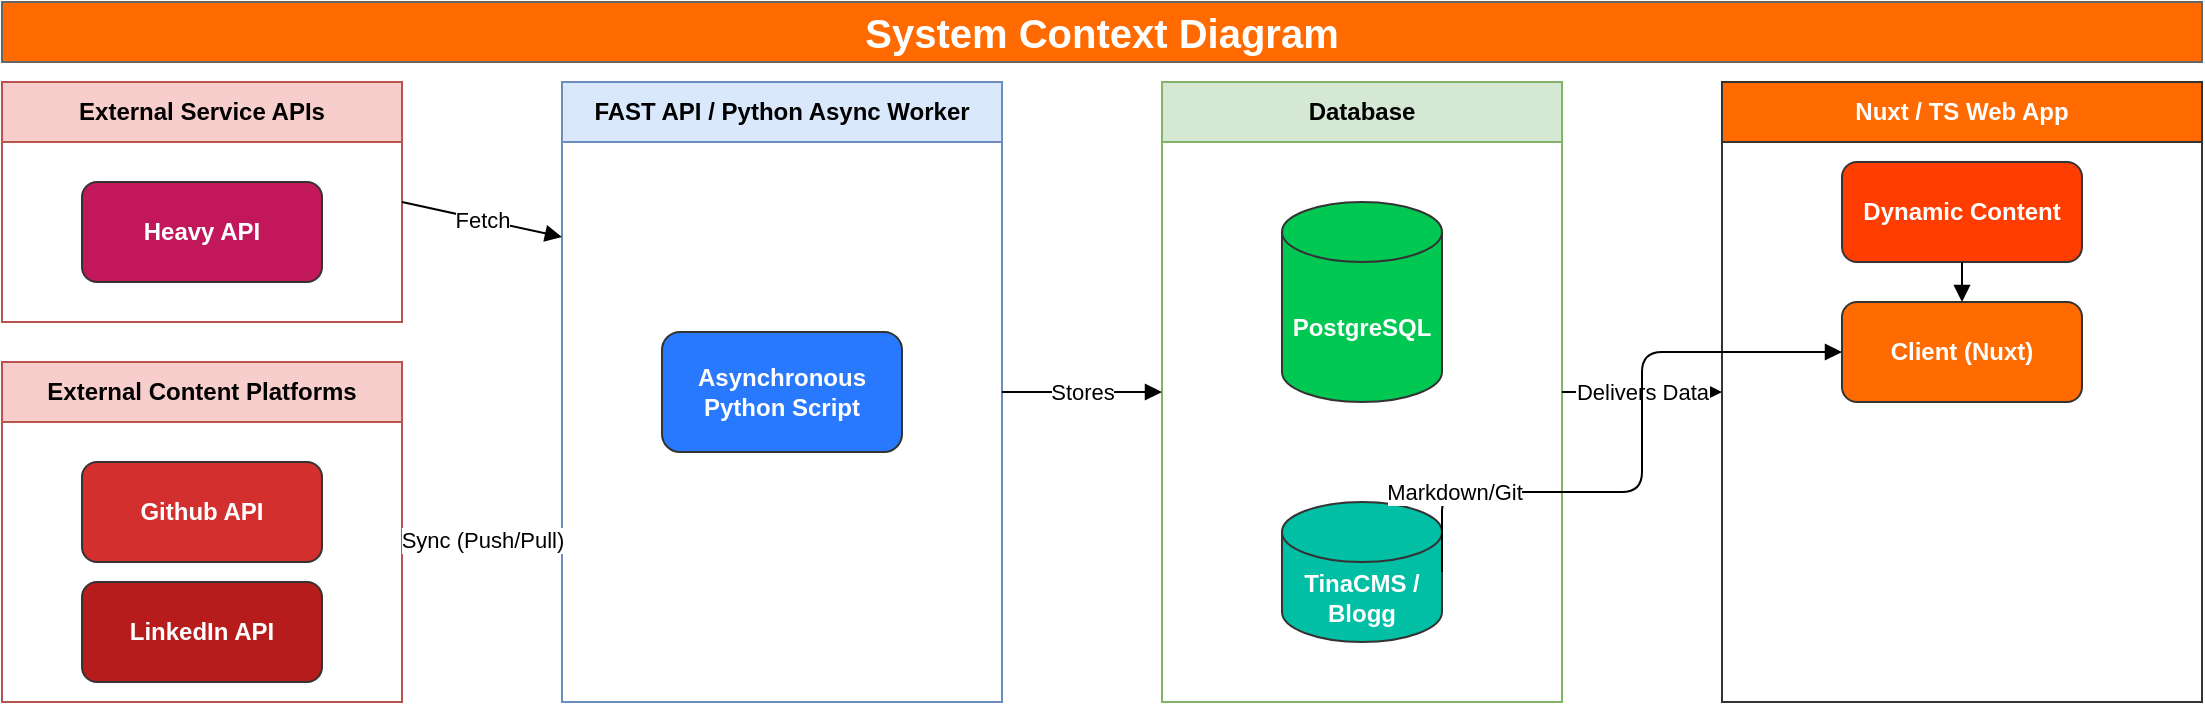
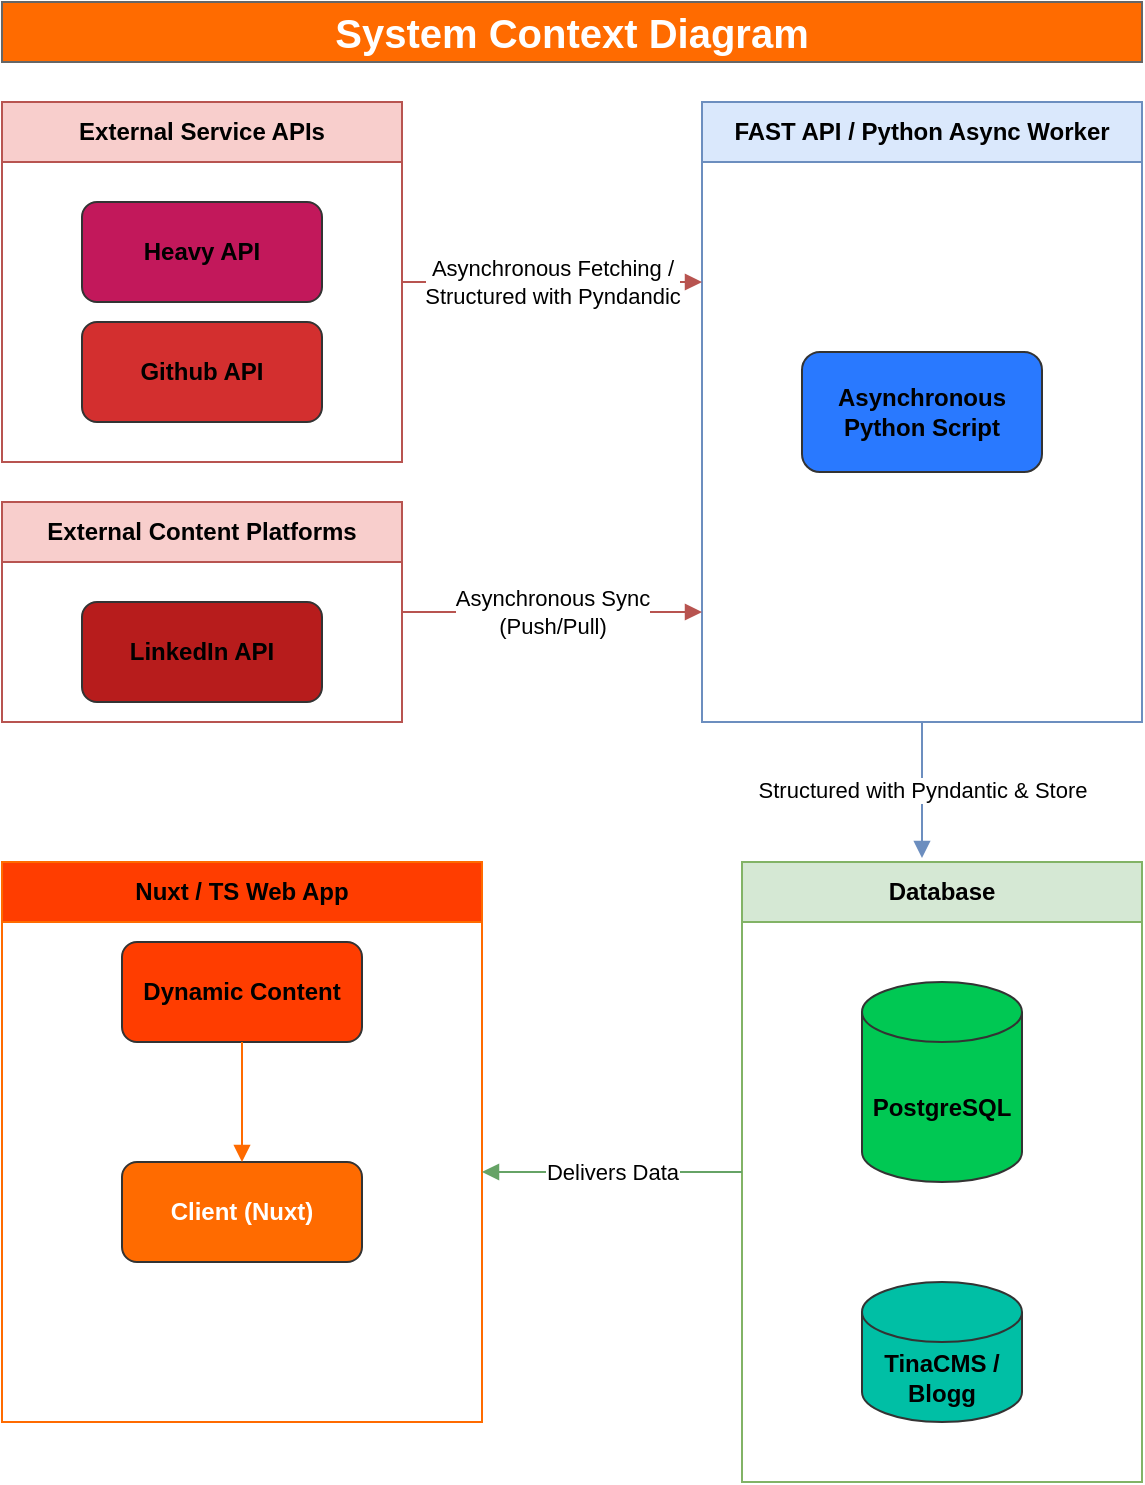
- <?xml version="1.0" encoding="UTF-8"?>
- <mxfile host="app.diagrams.net" modified="2026-05-16T15:20:00.000Z" agent="Gemini CLI" version="14.7.6">
-   <diagram id="context-diagram" name="System Context Diagram">
-     <mxGraphModel dx="1422" dy="762" grid="1" gridSize="10" guides="1" tooltips="1" connect="1" arrows="1" fold="1" page="1" pageScale="1" pageWidth="1169" pageHeight="827" math="0" shadow="0">
-       <root>
-         <mxCell id="context-title" value="System Context Diagram" style="text;html=1;strokeColor=#666666;fillColor=#FF6B00;fontColor=#ffffff;align=center;verticalAlign=middle;whiteSpace=wrap;rounded=0;fontSize=20;fontStyle=1;" parent="1" vertex="1">
-           <mxGeometry x="40" y="0" width="1100" height="30" as="geometry"/>
-         </mxCell>
-         <mxCell id="0" />
-         <mxCell id="1" parent="0" />
- 
-         <!-- Subgraph: External Service APIs (Light Red Theme) -->
-         <mxCell id="group-ext-service" value="External Service APIs" style="swimlane;whiteSpace=wrap;html=1;fillColor=#f8cecc;strokeColor=#b85450;startSize=30;fontStyle=1;" vertex="1" parent="1">
-           <mxGeometry x="40" y="40" width="200" height="120" as="geometry" />
-         </mxCell>
-         <!-- Adjacent: Rose (#C2185B) -->
-         <mxCell id="node-heavy" value="Heavy API" style="rounded=1;whiteSpace=wrap;html=1;fillColor=#C2185B;fontColor=#ffffff;strokeColor=#333333;fontStyle=1" vertex="1" parent="group-ext-service">
-           <mxGeometry x="40" y="50" width="120" height="50" as="geometry" />
-         </mxCell>
- 
-         <!-- Subgraph: External Content Platforms (Push/Pull) (Deep Red Theme) -->
-         <mxCell id="group-ext-content" value="External Content Platforms" style="swimlane;whiteSpace=wrap;html=1;fillColor=#f8cecc;strokeColor=#b85450;startSize=30;fontStyle=1;" vertex="1" parent="1">
-           <mxGeometry x="40" y="180" width="200" height="170" as="geometry" />
-         </mxCell>
-         <!-- Adjacent: Vibrant Red (#D32F2F) -->
-         <mxCell id="node-github" value="Github API" style="rounded=1;whiteSpace=wrap;html=1;fillColor=#D32F2F;fontColor=#ffffff;strokeColor=#333333;fontStyle=1" vertex="1" parent="group-ext-content">
-           <mxGeometry x="40" y="50" width="120" height="50" as="geometry" />
-         </mxCell>
-         <!-- Adjacent: Deep Maroon (#B71C1C) -->
-         <mxCell id="node-linkedin" value="LinkedIn API" style="rounded=1;whiteSpace=wrap;html=1;fillColor=#B71C1C;fontColor=#ffffff;strokeColor=#333333;fontStyle=1" vertex="1" parent="group-ext-content">
-           <mxGeometry x="40" y="110" width="120" height="50" as="geometry" />
-         </mxCell>
- 
-         <!-- Subgraph: Python Async Worker (Blue Theme) -->
-         <mxCell id="group-backend" value="FAST API / Python Async Worker" style="swimlane;whiteSpace=wrap;html=1;fillColor=#dae8fc;strokeColor=#6c8ebf;startSize=30;fontStyle=1;" vertex="1" parent="1">
-           <mxGeometry x="320" y="40" width="220" height="310" as="geometry" />
-         </mxCell>
-         <mxCell id="node-python" value="Asynchronous&#xa;Python Script" style="rounded=1;whiteSpace=wrap;html=1;fillColor=#2979FF;fontColor=#ffffff;strokeColor=#333333;fontStyle=1" vertex="1" parent="group-backend">
-           <mxGeometry x="50" y="125" width="120" height="60" as="geometry" />
-         </mxCell>
- 
-         <!-- Subgraph: Database (Green Theme) -->
-         <mxCell id="group-db" value="Database" style="swimlane;whiteSpace=wrap;html=1;fillColor=#d5e8d4;strokeColor=#82b366;startSize=30;fontStyle=1;" vertex="1" parent="1">
-           <mxGeometry x="620" y="40" width="200" height="310" as="geometry" />
-         </mxCell>
-         <mxCell id="node-postgres" value="PostgreSQL" style="shape=cylinder3;whiteSpace=wrap;html=1;boundedLbl=1;backgroundOutline=1;size=15;fillColor=#00C853;fontColor=#ffffff;strokeColor=#333333;fontStyle=1" vertex="1" parent="group-db">
-           <mxGeometry x="60" y="60" width="80" height="100" as="geometry" />
-         </mxCell>
-         <mxCell id="node-tina" value="TinaCMS / Blogg" style="shape=cylinder3;whiteSpace=wrap;html=1;boundedLbl=1;backgroundOutline=1;size=15;fillColor=#00BFA5;fontColor=#ffffff;strokeColor=#333333;fontStyle=1" vertex="1" parent="group-db">
-           <mxGeometry x="60" y="210" width="80" height="70" as="geometry" />
-         </mxCell>
- 
-         <!-- Subgraph: Nuxt / TS Web App (Primary Orange: #FF6B00) -->
-         <mxCell id="group-frontend" value="Nuxt / TS Web App" style="swimlane;whiteSpace=wrap;html=1;fillColor=#FF6B00;strokeColor=#333333;startSize=30;fontStyle=1;fontColor=#ffffff;" vertex="1" parent="1">
-           <mxGeometry x="900" y="40" width="240" height="310" as="geometry" />
-         </mxCell>
-         <mxCell id="node-nuxt" value="Client (Nuxt)" style="rounded=1;whiteSpace=wrap;html=1;fillColor=#FF6B00;fontColor=#ffffff;strokeColor=#333333;fontStyle=1" vertex="1" parent="group-frontend">
-           <mxGeometry x="60" y="110" width="120" height="50" as="geometry" />
-         </mxCell>
-         <mxCell id="node-dynamic" value="Dynamic Content" style="rounded=1;whiteSpace=wrap;html=1;fillColor=#FF3D00;fontColor=#ffffff;strokeColor=#333333;fontStyle=1" vertex="1" parent="group-frontend">
-           <mxGeometry x="60" y="40" width="120" height="50" as="geometry" />
-         </mxCell>
- 
-         <!-- Connections -->
-         <mxCell id="edge1a" value="Fetch" style="endArrow=block;endFill=1;html=1;exitX=1;exitY=0.5;exitDx=0;exitDy=0;entryX=0;entryY=0.25;entryDx=0;entryDy=0;" edge="1" parent="1" source="group-ext-service" target="group-backend">
-           <mxGeometry relative="1" as="geometry" />
-         </mxCell>
-         <mxCell id="edge1b" value="Sync (Push/Pull)" style="endArrow=block;endFill=1;html=1;exitX=1;exitY=0.5;exitDx=0;exitDy=0;entryX=0;entryY=0.75;entryDx=0;entryDy=0;" edge="1" parent="1" source="group-ext-content" target="group-backend">
-           <mxGeometry relative="1" as="geometry" />
-         </mxCell>
-         <mxCell id="edge2" value="Stores" style="endArrow=block;endFill=1;html=1;exitX=1;exitY=0.5;exitDx=0;exitDy=0;entryX=0;entryY=0.5;entryDx=0;entryDy=0;" edge="1" parent="1" source="group-backend" target="group-db">
-           <mxGeometry relative="1" as="geometry" />
-         </mxCell>
-         <mxCell id="edge3" value="Delivers Data" style="endArrow=block;endFill=1;html=1;exitX=1;exitY=0.5;exitDx=0;exitDy=0;entryX=0;entryY=0.5;entryDx=0;entryDy=0;" edge="1" parent="1" source="group-db" target="group-frontend">
-           <mxGeometry relative="1" as="geometry" />
-         </mxCell>
-         <mxCell id="edge4" value="" style="endArrow=block;endFill=1;html=1;exitX=0.5;exitY=1;exitDx=0;exitDy=0;entryX=0.5;entryY=0;entryDx=0;entryDy=0;" edge="1" parent="group-frontend" source="node-dynamic" target="node-nuxt">
-           <mxGeometry relative="1" as="geometry" />
-         </mxCell>
-         <mxCell id="edge5" value="Markdown/Git" style="endArrow=block;endFill=1;html=1;exitX=1;exitY=0.5;exitDx=0;exitDy=0;exitPerimeter=0;entryX=0;entryY=0.5;entryDx=0;entryDy=0;edgeStyle=orthogonalEdgeStyle;curved=0;" edge="1" parent="1" source="node-tina" target="node-nuxt">
-           <mxGeometry x="-0.7059" relative="1" as="geometry">
-             <mxPoint as="offset" />
-             <Array as="points">
-               <mxPoint x="860" y="245" />
-               <mxPoint x="860" y="175" />
-             </Array>
-           </mxGeometry>
-         </mxCell>
- 
-       </root>
-     </mxGraphModel>
-   </diagram>
- </mxfile>
+ <mxfile host="65bd71144e">
+     <diagram id="context-diagram" name="System Context Diagram">
+         <mxGraphModel dx="1164" dy="629" grid="1" gridSize="10" guides="1" tooltips="1" connect="1" arrows="1" fold="1" page="1" pageScale="1" pageWidth="1169" pageHeight="827" math="0" shadow="0">
+             <root>
+                 <mxCell id="0"/>
+                 <mxCell id="1" parent="0"/>
+                 <mxCell id="context-title" value="System Context Diagram" style="text;html=1;strokeColor=#666666;fillColor=#FF6B00;fontColor=#ffffff;align=center;verticalAlign=middle;whiteSpace=wrap;rounded=0;fontSize=20;fontStyle=1;" parent="1" vertex="1">
+                     <mxGeometry x="40" width="570" height="30" as="geometry"/>
+                 </mxCell>
+                 <mxCell id="group-ext-service" value="External Service APIs" style="swimlane;whiteSpace=wrap;html=1;fillColor=#f8cecc;strokeColor=#b85450;startSize=30;fontStyle=1;" parent="1" vertex="1">
+                     <mxGeometry x="40" y="50" width="200" height="180" as="geometry"/>
+                 </mxCell>
+                 <mxCell id="node-heavy" value="Heavy API" style="rounded=1;whiteSpace=wrap;html=1;fillColor=#C2185B;strokeColor=#333333;fontStyle=1" parent="group-ext-service" vertex="1">
+                     <mxGeometry x="40" y="50" width="120" height="50" as="geometry"/>
+                 </mxCell>
+                 <mxCell id="node-github" value="Github API" style="rounded=1;whiteSpace=wrap;html=1;fillColor=#D32F2F;strokeColor=#333333;fontStyle=1" parent="group-ext-service" vertex="1">
+                     <mxGeometry x="40" y="110" width="120" height="50" as="geometry"/>
+                 </mxCell>
+                 <mxCell id="group-ext-content" value="External Content Platforms" style="swimlane;whiteSpace=wrap;html=1;fillColor=#f8cecc;strokeColor=#B85450;startSize=30;fontStyle=1;" parent="1" vertex="1">
+                     <mxGeometry x="40" y="250" width="200" height="110" as="geometry"/>
+                 </mxCell>
+                 <mxCell id="node-linkedin" value="LinkedIn API" style="rounded=1;whiteSpace=wrap;html=1;fillColor=#B71C1C;strokeColor=#333333;fontStyle=1" parent="group-ext-content" vertex="1">
+                     <mxGeometry x="40" y="50" width="120" height="50" as="geometry"/>
+                 </mxCell>
+                 <mxCell id="group-backend" value="FAST API / Python Async Worker" style="swimlane;whiteSpace=wrap;html=1;fillColor=#dae8fc;strokeColor=#6c8ebf;startSize=30;fontStyle=1;" parent="1" vertex="1">
+                     <mxGeometry x="390" y="50" width="220" height="310" as="geometry"/>
+                 </mxCell>
+                 <mxCell id="node-python" value="Asynchronous&#xa;Python Script" style="rounded=1;whiteSpace=wrap;html=1;fillColor=#2979FF;strokeColor=#333333;fontStyle=1" parent="group-backend" vertex="1">
+                     <mxGeometry x="50" y="125" width="120" height="60" as="geometry"/>
+                 </mxCell>
+                 <mxCell id="group-db" value="Database" style="swimlane;whiteSpace=wrap;html=1;fillColor=#d5e8d4;strokeColor=#82b366;startSize=30;fontStyle=1;" parent="1" vertex="1">
+                     <mxGeometry x="410" y="430" width="200" height="310" as="geometry"/>
+                 </mxCell>
+                 <mxCell id="node-postgres" value="PostgreSQL" style="shape=cylinder3;whiteSpace=wrap;html=1;boundedLbl=1;backgroundOutline=1;size=15;fillColor=#00C853;strokeColor=#333333;fontStyle=1" parent="group-db" vertex="1">
+                     <mxGeometry x="60" y="60" width="80" height="100" as="geometry"/>
+                 </mxCell>
+                 <mxCell id="node-tina" value="TinaCMS / Blogg" style="shape=cylinder3;whiteSpace=wrap;html=1;boundedLbl=1;backgroundOutline=1;size=15;fillColor=#00BFA5;strokeColor=#333333;fontStyle=1" parent="group-db" vertex="1">
+                     <mxGeometry x="60" y="210" width="80" height="70" as="geometry"/>
+                 </mxCell>
+                 <mxCell id="group-frontend" value="Nuxt / TS Web App" style="swimlane;whiteSpace=wrap;html=1;fillColor=#FF3D00;strokeColor=#FF6B00;startSize=30;fontStyle=1;" parent="1" vertex="1">
+                     <mxGeometry x="40" y="430" width="240" height="280" as="geometry"/>
+                 </mxCell>
+                 <mxCell id="node-nuxt" value="Client (Nuxt)" style="rounded=1;whiteSpace=wrap;html=1;fillColor=#FF6B00;fontColor=#ffffff;strokeColor=#333333;fontStyle=1" parent="group-frontend" vertex="1">
+                     <mxGeometry x="60" y="150" width="120" height="50" as="geometry"/>
+                 </mxCell>
+                 <mxCell id="node-dynamic" value="Dynamic Content" style="rounded=1;whiteSpace=wrap;html=1;fillColor=#FF3D00;strokeColor=#333333;fontStyle=1" parent="group-frontend" vertex="1">
+                     <mxGeometry x="60" y="40" width="120" height="50" as="geometry"/>
+                 </mxCell>
+                 <mxCell id="edge4" value="" style="endArrow=block;endFill=1;html=1;exitX=0.5;exitY=1;exitDx=0;exitDy=0;entryX=0.5;entryY=0;entryDx=0;entryDy=0;strokeColor=#FF6B00;" parent="group-frontend" source="node-dynamic" target="node-nuxt" edge="1">
+                     <mxGeometry relative="1" as="geometry"/>
+                 </mxCell>
+                 <mxCell id="edge1a" value="Asynchronous Fetching /&lt;br&gt;Structured with Pyndandic" style="endArrow=block;endFill=1;html=1;exitX=1;exitY=0.5;exitDx=0;exitDy=0;strokeColor=#B85450;" parent="1" source="group-ext-service" edge="1">
+                     <mxGeometry relative="1" as="geometry">
+                         <mxPoint x="390" y="140" as="targetPoint"/>
+                     </mxGeometry>
+                 </mxCell>
+                 <mxCell id="edge1b" value="Asynchronous Sync&lt;div&gt;(Push/Pull)&lt;/div&gt;" style="endArrow=block;endFill=1;html=1;exitX=1;exitY=0.5;exitDx=0;exitDy=0;strokeColor=#B85450;" parent="1" source="group-ext-content" edge="1">
+                     <mxGeometry relative="1" as="geometry">
+                         <mxPoint x="390" y="305" as="targetPoint"/>
+                     </mxGeometry>
+                 </mxCell>
+                 <mxCell id="edge2" value="Structured with Pyndantic &amp;amp; Store" style="endArrow=block;endFill=1;html=1;exitX=0.5;exitY=1;exitDx=0;exitDy=0;strokeColor=#6C8EBF;" parent="1" source="group-backend" edge="1">
+                     <mxGeometry relative="1" as="geometry">
+                         <mxPoint x="500" y="428" as="targetPoint"/>
+                     </mxGeometry>
+                 </mxCell>
+                 <mxCell id="edge3" value="Delivers Data" style="endArrow=block;endFill=1;html=1;exitX=0;exitY=0.5;exitDx=0;exitDy=0;strokeColor=#66A366;" parent="1" source="group-db" edge="1">
+                     <mxGeometry relative="1" as="geometry">
+                         <mxPoint x="280" y="585" as="targetPoint"/>
+                     </mxGeometry>
+                 </mxCell>
+             </root>
+         </mxGraphModel>
+     </diagram>
+ </mxfile>